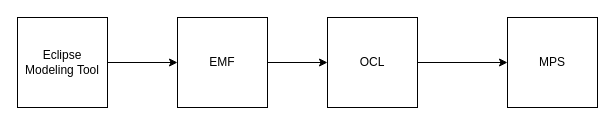
Earlier version of the draw.io diagram UML/Untitled Diagram.drawio (Wisdom-Kalu/CloudEdgeFogModelling). Source tidied: cells renumbered, new cells numbered last; positions are measured from the earlier drawing's top-left corner, leaving out a move shared by most shapes. Both pictures are drawn from the tidied source at 100%, with x=0, y=0 at pixel (17, 17).
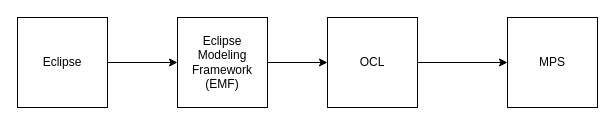
Above is the later version.

Diff of the diagram source:
```diff
@@
 <mxGraphModel>
   <root>
     <mxCell id="0" />
     <mxCell id="1" parent="0" />
     <mxCell id="2" style="edgeStyle=orthogonalEdgeStyle;rounded=0;jettySize=auto;html=1;" parent="1" edge="1" source="3" target="5">
       <mxGeometry relative="1" as="geometry" />
     </mxCell>
-    <mxCell id="3" value="Eclipse Modeling Tool" style="whiteSpace=wrap;html=1;" parent="1" vertex="1">
+    <mxCell id="3" value="Eclipse" style="whiteSpace=wrap;html=1;" parent="1" vertex="1">
       <mxGeometry width="90" height="90" as="geometry" />
     </mxCell>
     <mxCell id="4" style="edgeStyle=orthogonalEdgeStyle;rounded=0;jettySize=auto;html=1;" parent="1" edge="1" source="5" target="7">
       <mxGeometry relative="1" as="geometry" />
     </mxCell>
-    <mxCell id="5" value="EMF" style="whiteSpace=wrap;html=1;" parent="1" vertex="1">
+    <mxCell id="5" value="Eclipse Modeling Framework (EMF)" style="whiteSpace=wrap;html=1;" parent="1" vertex="1">
       <mxGeometry x="160" width="90" height="90" as="geometry" />
     </mxCell>
     <mxCell id="6" style="edgeStyle=orthogonalEdgeStyle;rounded=0;jettySize=auto;html=1;entryX=0;entryY=0.5;entryDx=0;entryDy=0;" parent="1" edge="1" source="7" target="8">
       <mxGeometry relative="1" as="geometry" />
     </mxCell>
     <mxCell id="7" value="OCL" style="whiteSpace=wrap;html=1;" parent="1" vertex="1">
       <mxGeometry x="310" width="90" height="90" as="geometry" />
     </mxCell>
     <mxCell id="8" value="MPS" style="whiteSpace=wrap;html=1;" parent="1" vertex="1">
       <mxGeometry x="490" width="90" height="90" as="geometry" />
     </mxCell>
   </root>
 </mxGraphModel>
```
